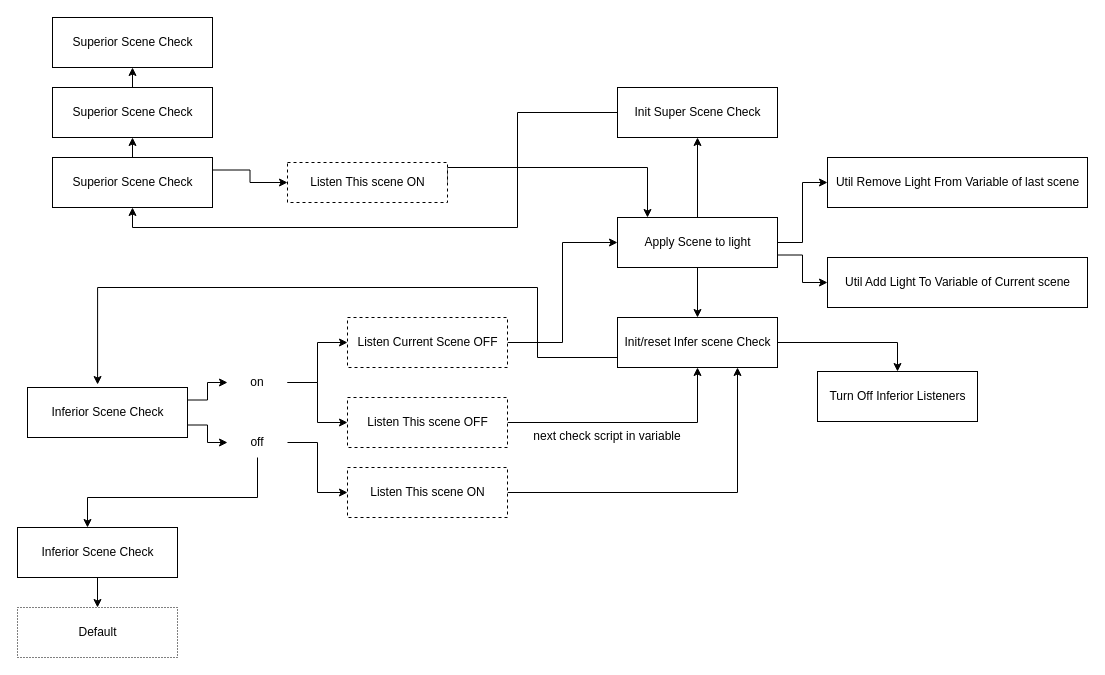
skylerisskyler/fsfr keeps this draw.io diagram as Scene in light flow.drawio. Above is the earlier version. Source tidied: cells renumbered, new cells numbered last; positions are measured from the earlier drawing's top-left corner, leaving out a move shared by most shapes. Both pictures are drawn from the tidied source at 100%, with x=0, y=0 at pixel (17, 17).
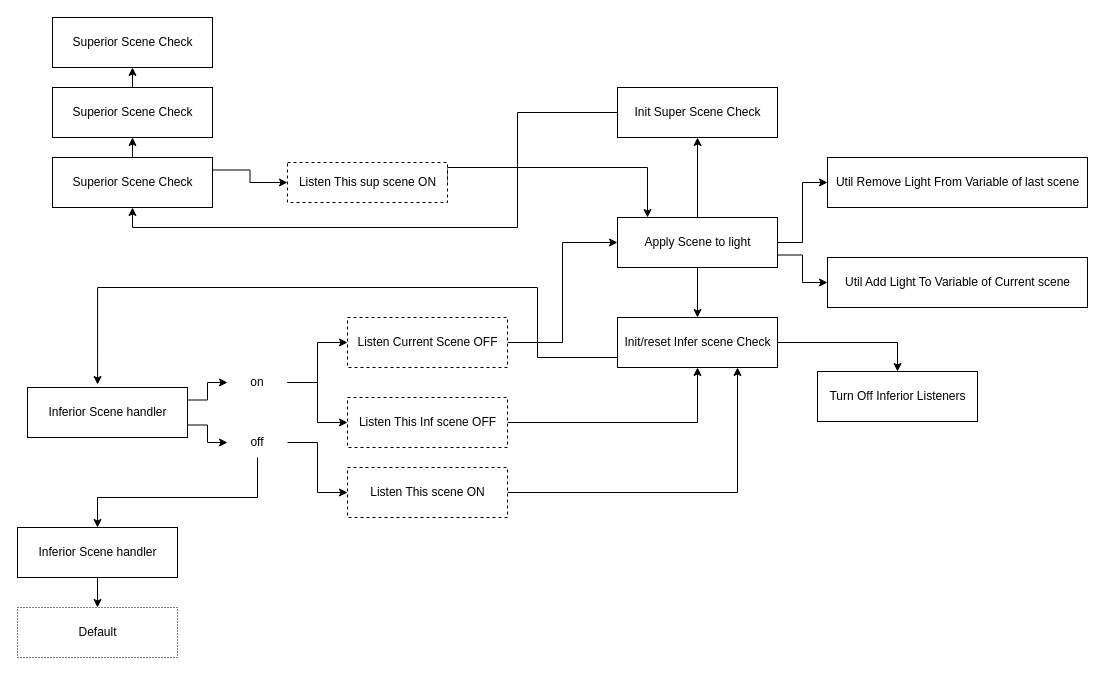
The same diagram, later.

Unchanged cells that the change refers to:
```xml
<mxCell id="27" value="off" style="text;html=1;strokeColor=none;fillColor=none;align=center;verticalAlign=middle;whiteSpace=wrap;rounded=0;" parent="1" vertex="1">
  <mxGeometry x="210" y="410" width="60" height="30" as="geometry" />
</mxCell>
```

The edit, as a diff of the source:
```diff
@@
-    <mxCell id="11" value="Inferior Scene Check" style="html=1;" parent="1" vertex="1">
+    <mxCell id="11" value="Inferior Scene handler" style="html=1;" parent="1" vertex="1">
       <mxGeometry x="10" y="370" width="160" height="50" as="geometry" />
     </mxCell>
@@
     <mxCell id="25" style="edgeStyle=orthogonalEdgeStyle;rounded=0;jettySize=auto;html=1;" parent="1" edge="1" source="27" target="29">
       <mxGeometry relative="1" as="geometry">
         <Array as="points">
           <mxPoint x="240" y="480" />
-          <mxPoint x="70" y="480" />
+          <mxPoint x="80" y="480" />
         </Array>
       </mxGeometry>
     </mxCell>
@@
-    <mxCell id="29" value="Inferior Scene Check" style="html=1;" parent="1" vertex="1">
+    <mxCell id="29" value="Inferior Scene handler" style="html=1;" parent="1" vertex="1">
       <mxGeometry y="510" width="160" height="50" as="geometry" />
     </mxCell>
@@
-    <mxCell id="31" value="Listen This scene OFF" style="html=1;dashed=1;" parent="1" vertex="1">
+    <mxCell id="31" value="Listen This Inf scene OFF" style="html=1;dashed=1;" parent="1" vertex="1">
       <mxGeometry x="330" y="380" width="160" height="50" as="geometry" />
     </mxCell>
@@
-    <mxCell id="36" value="next check script in variable" style="text;html=1;strokeColor=none;fillColor=none;align=center;verticalAlign=middle;whiteSpace=wrap;rounded=0;dashed=1;dashPattern=1 2;" parent="1" vertex="1">
-      <mxGeometry x="500" y="404" width="180" height="30" as="geometry" />
-    </mxCell>
@@
-    <mxCell id="40" value="Listen This scene ON" style="html=1;dashed=1;" parent="1" vertex="1">
+    <mxCell id="40" value="Listen This sup scene ON" style="html=1;dashed=1;" parent="1" vertex="1">
       <mxGeometry x="270" y="145" width="160" height="40" as="geometry" />
     </mxCell>
```
